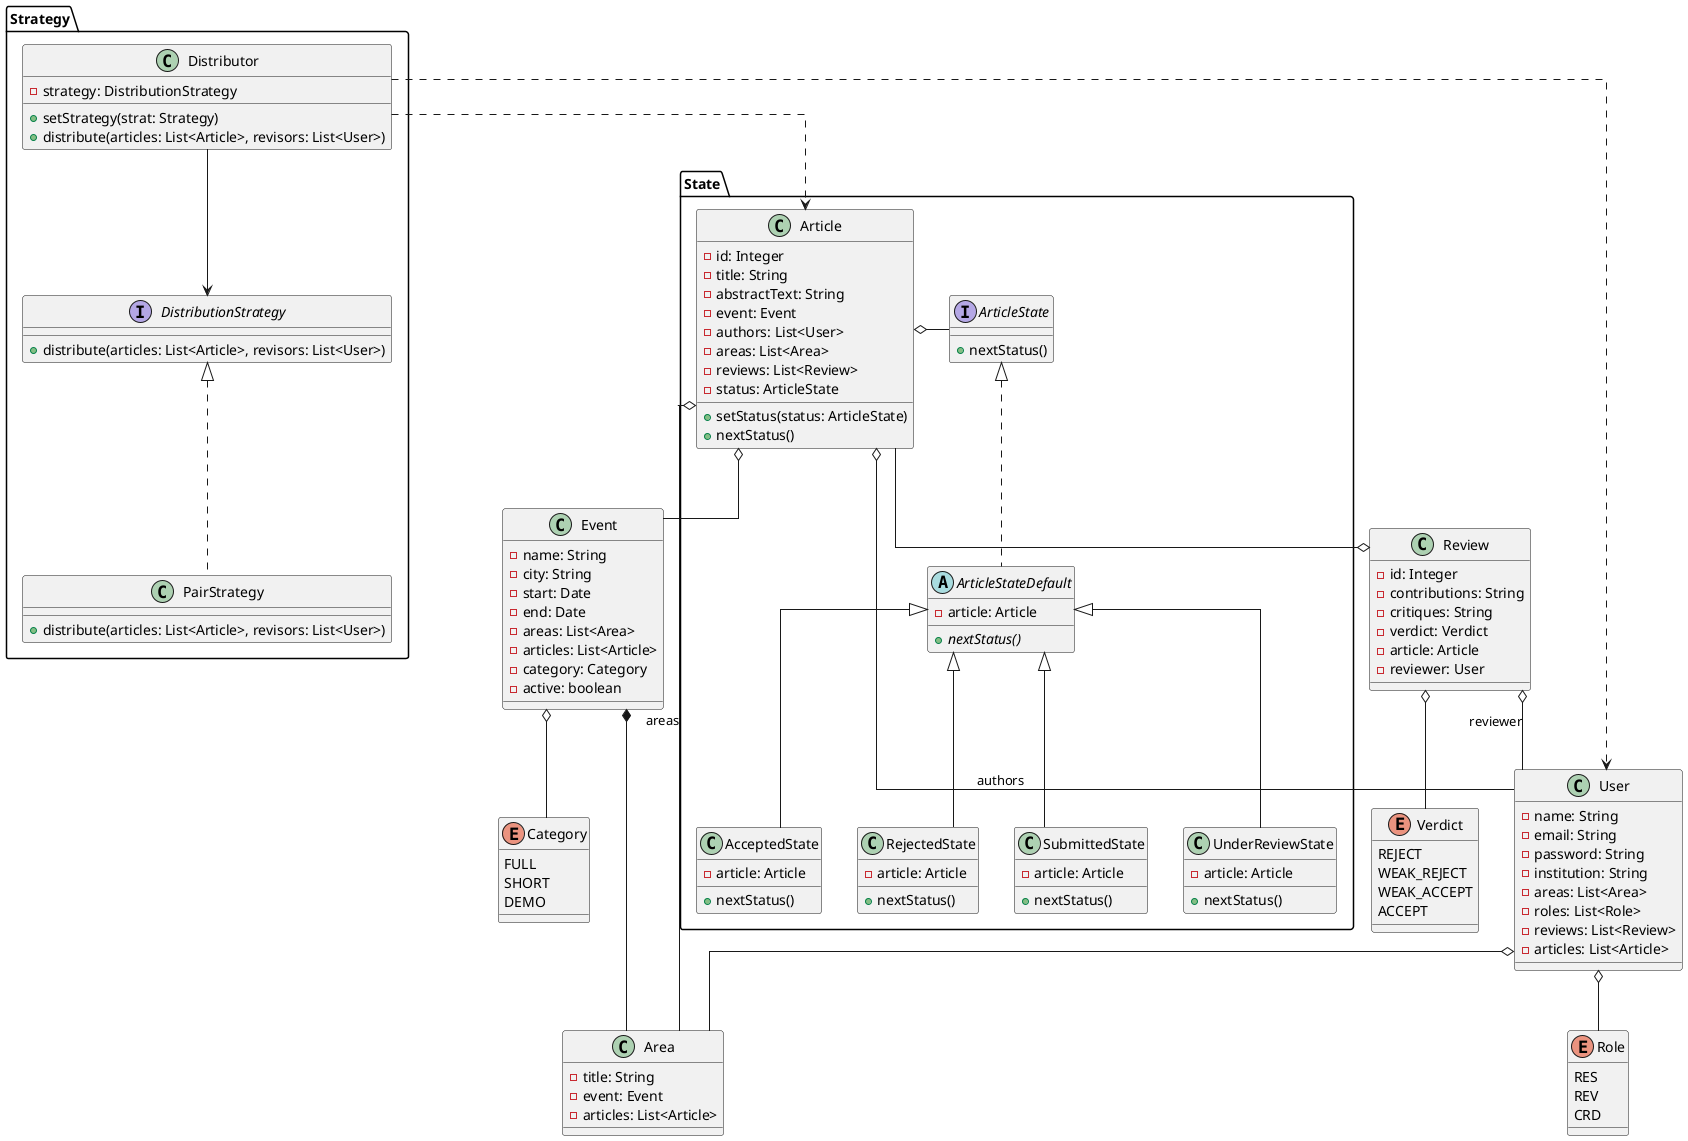
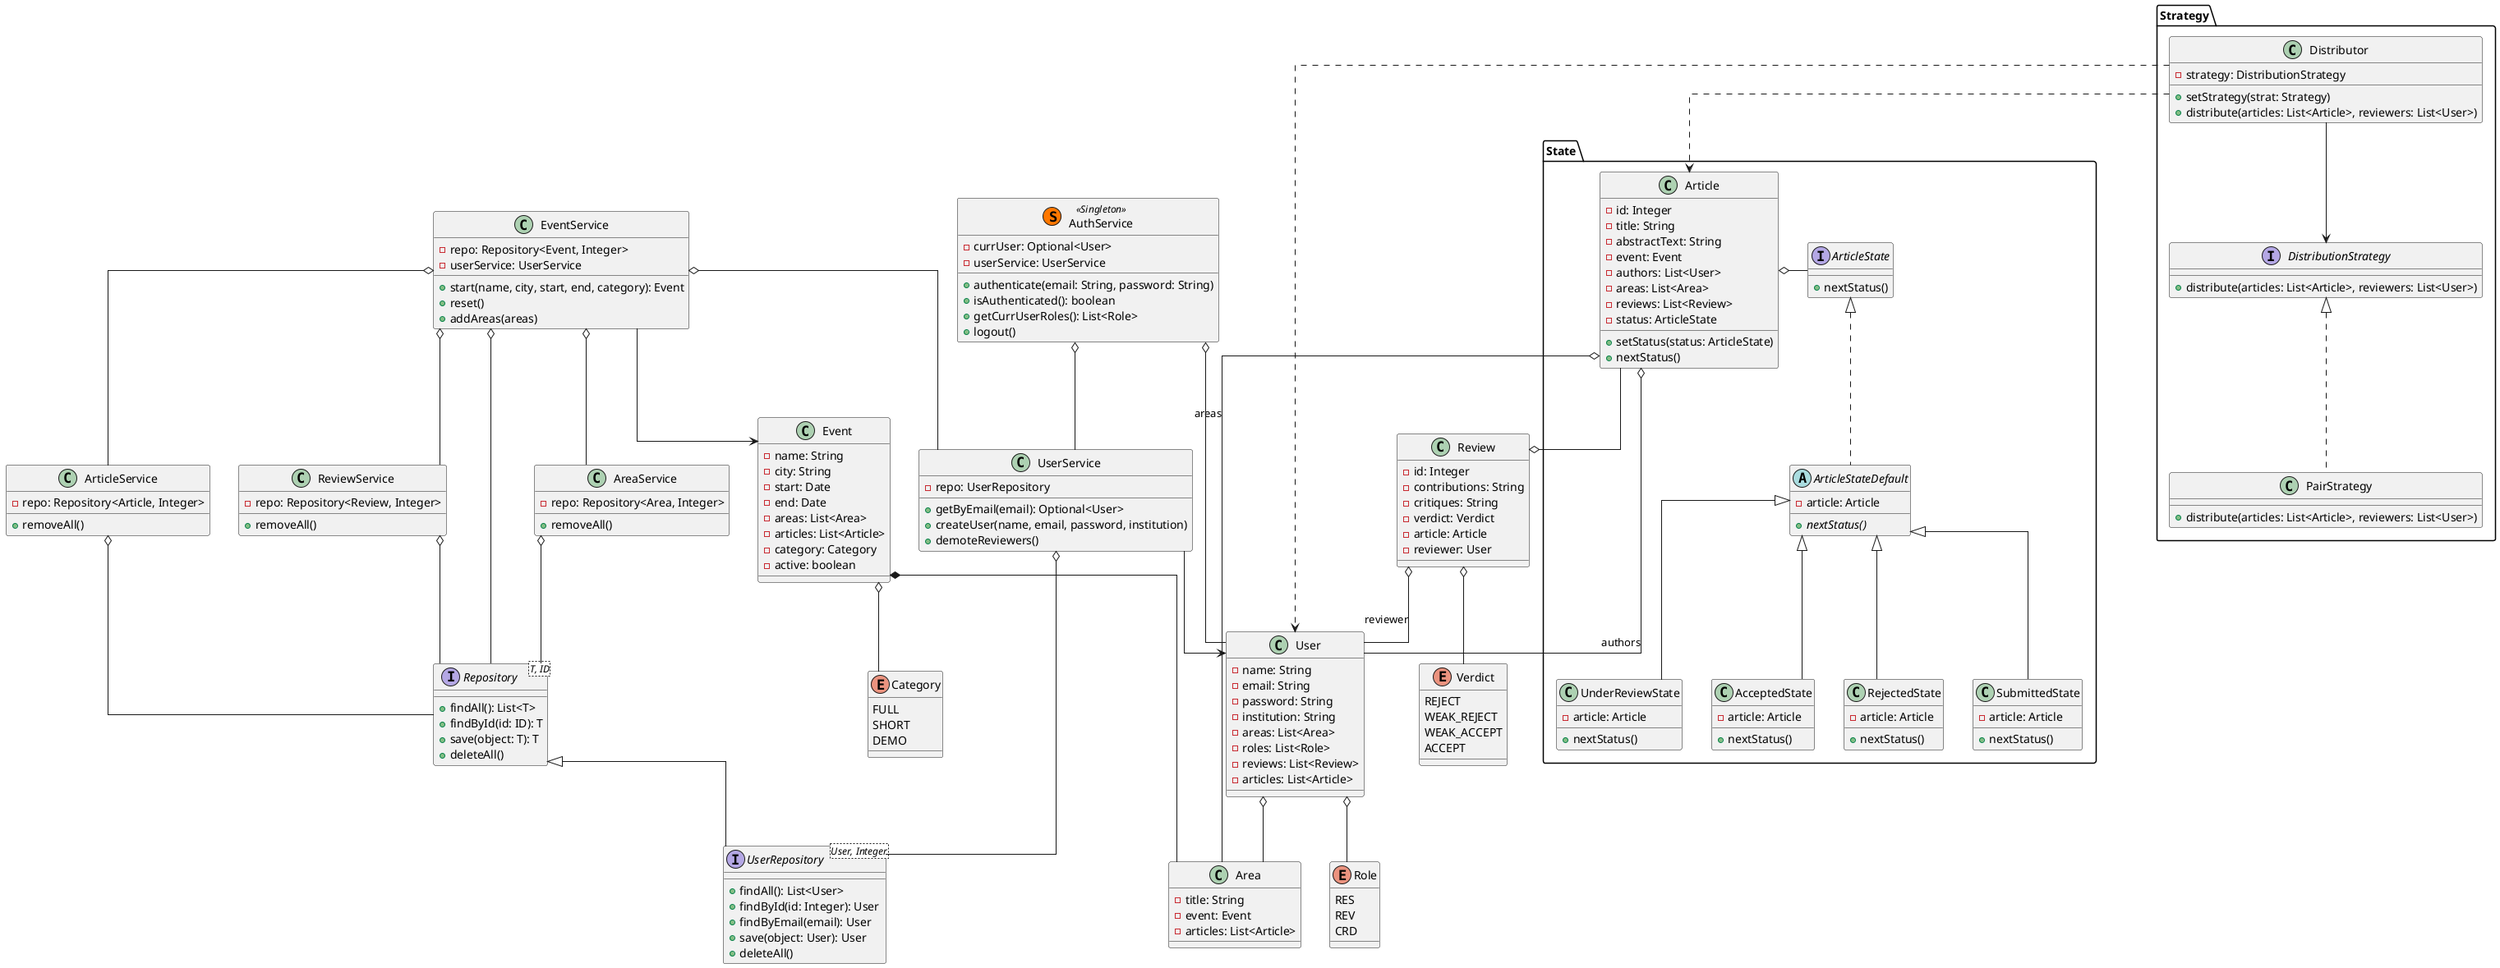
@startuml modelo
  skinparam linetype ortho

  enum Category {
    FULL
    SHORT
    DEMO
  }

  class Area {
    - title: String
    - event: Event
    - articles: List<Article>
  }

  ' skinparam packageStyle rectangle
  ' package Client {}

  class Event {
    - name: String
    - city: String
    - start: Date
    - end: Date
    - areas: List<Area>
    - articles: List<Article>
    - category: Category
    - active: boolean
  }

  Event *-- Area
  Event o-- Category

  class User {
    - name: String
    - email: String
    - password: String
    - institution: String
    - areas: List<Area>
    - roles: List<Role>
    - reviews: List<Review>
    - articles: List<Article>
  }

  User o-- Area

  enum Role {
    RES
    REV
    CRD
  }

  User o-- Role

  enum Verdict {
    REJECT
    WEAK_REJECT
    WEAK_ACCEPT
    ACCEPT
  }

  class Review {
    - id: Integer
    - contributions: String
    - critiques: String
    - verdict: Verdict
    - article: Article
    - reviewer: User
  }

  package State {
    class Article {
      - id: Integer
      - title: String
      - abstractText: String
      - event: Event
      - authors: List<User>
      - areas: List<Area>
      - reviews: List<Review>
      - status: ArticleState
      + setStatus(status: ArticleState)
      + nextStatus()
    }

    Article o-- User : authors
    Article o-- Area : areas
    Article --o Review
-     Article o-- Event


    Review o-- Verdict
    Review o-- User : reviewer

    interface ArticleState {
      + nextStatus()
    }

    abstract class ArticleStateDefault {
      - article: Article
      + {abstract} nextStatus()
    }

    ArticleStateDefault .up.|> ArticleState

    class SubmittedState extends ArticleStateDefault {
      - article: Article
      + nextStatus()
    }

    class UnderReviewState extends ArticleStateDefault {
      - article: Article
      + nextStatus()
    }

    class AcceptedState extends ArticleStateDefault {
      - article: Article
      + nextStatus()
    }

    class RejectedState extends ArticleStateDefault {
      - article: Article
      + nextStatus()
    }

    Article o-left- ArticleState
  }

  package Strategy {
    class Distributor {
      - strategy: DistributionStrategy
      + setStrategy(strat: Strategy)
-       + distribute(articles: List<Article>, revisors: List<User>)
+       + distribute(articles: List<Article>, reviewers: List<User>)
    }

    interface DistributionStrategy {
-       + distribute(articles: List<Article>, revisors: List<User>)
+       + distribute(articles: List<Article>, reviewers: List<User>)
    }

    class PairStrategy implements DistributionStrategy {
-       + distribute(articles: List<Article>, revisors: List<User>)
+       + distribute(articles: List<Article>, reviewers: List<User>)
    }

    Distributor --> DistributionStrategy
    Distributor ..> Article
    Distributor ..> User
  }

+   class AuthService << (S,#FF7700) Singleton >> {
+     - currUser: Optional<User>
+     - userService: UserService
+     + authenticate(email: String, password: String)
+     + isAuthenticated(): boolean
+     + getCurrUserRoles(): List<Role>
+     + logout()
+   }
+ 
+   AuthService o-- User
+ 
+   class UserService {
+     - repo: UserRepository
+     + getByEmail(email): Optional<User>
+     + createUser(name, email, password, institution)
+     + demoteReviewers()
+   }
+ 
+   UserService --> User
+   AuthService o-- UserService
+ 
+   UserService o-- UserRepository
+ 
+   class EventService {
+     - repo: Repository<Event, Integer>
+     - userService: UserService
+     + start(name, city, start, end, category): Event
+     + reset()
+     + addAreas(areas)
+   }
+ 
+   EventService o-- Repository
+   EventService o-- AreaService
+   EventService o-- UserService
+   EventService o-- ArticleService
+   EventService o-- ReviewService
+   EventService --> Event
+ 
+   interface Repository<T, ID> {
+     + findAll(): List<T>
+     + findById(id: ID): T
+     + save(object: T): T
+     + deleteAll()
+   }
+ 
+   interface UserRepository<User, Integer> extends Repository {
+     + findAll(): List<User>
+     + findById(id: Integer): User
+     + findByEmail(email): User
+     + save(object: User): User
+     + deleteAll()
+   }
+ 
+   class ArticleService {
+     - repo: Repository<Article, Integer>
+     + removeAll()
+   }
+ 
+   ArticleService o-- Repository
+ 
+   class ReviewService {
+     - repo: Repository<Review, Integer>
+     + removeAll()
+   }
+ 
+   ReviewService o-- Repository
+ 
+   class AreaService {
+     - repo: Repository<Area, Integer>
+     + removeAll()
+   }
+ 
+   AreaService o-- Repository
+ 
@enduml